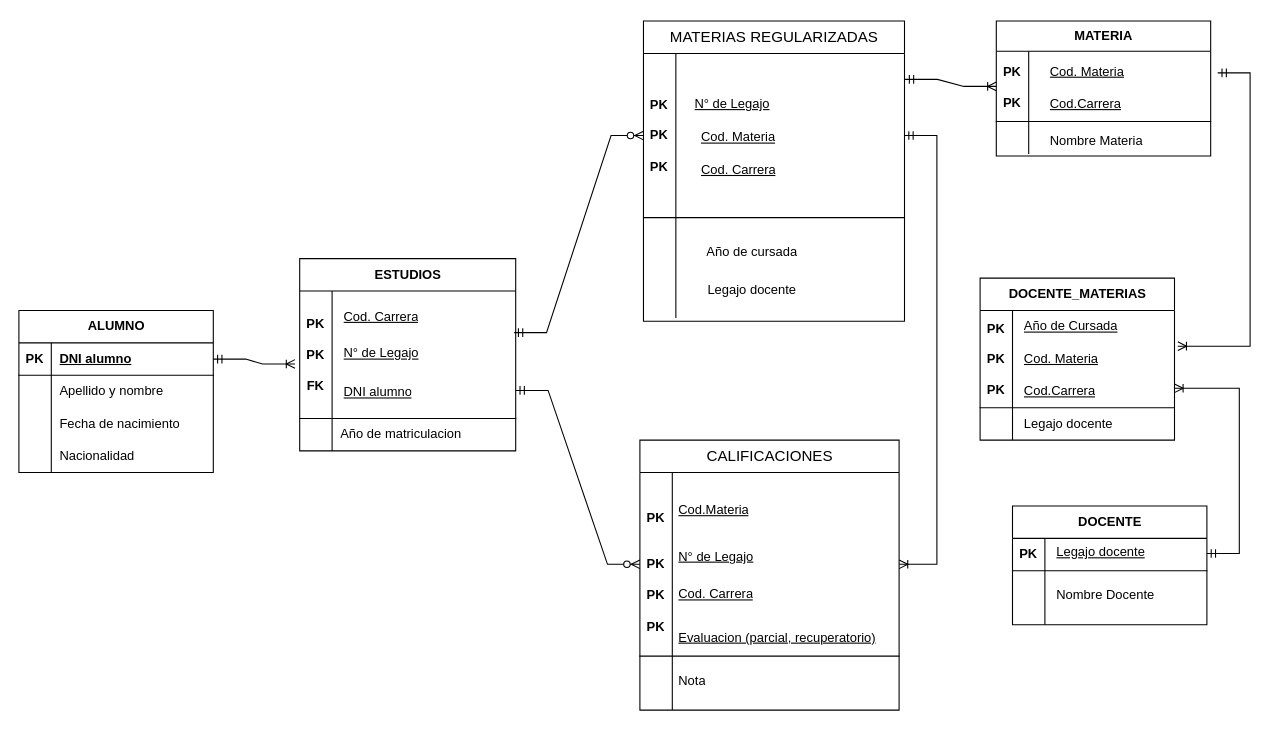
BraVida-vip/House_git keeps this draw.io diagram as page "DER FINAL" (4 of 4) of Parcial.drawio. Above is the earlier version. Source tidied: cells renumbered, new cells numbered last; positions are measured from the earlier drawing's top-left corner, leaving out a move shared by most shapes. Both pictures are drawn from the tidied source at 108%, with x=0, y=0 at pixel (18, 18).
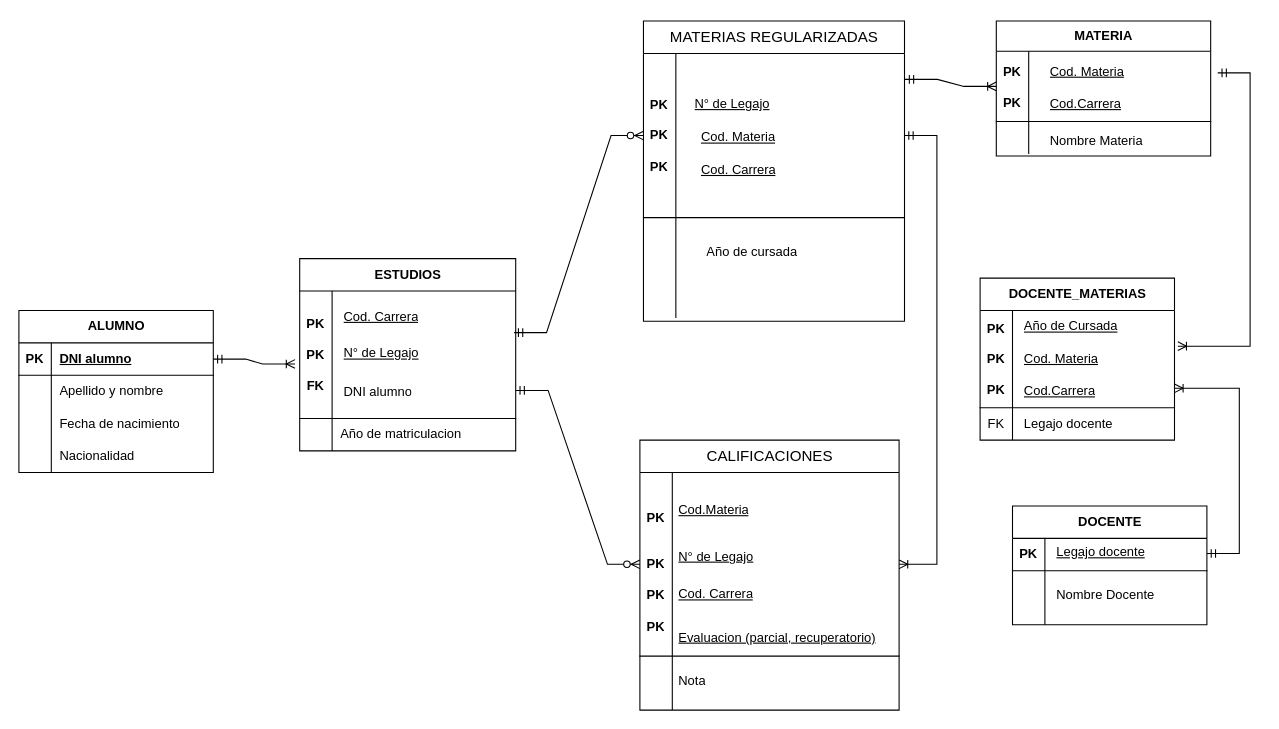
The same diagram, later.

The change refers to these unchanged cells:
```xml
<mxCell id="16" style="group;" parent="15" vertex="1">
  <mxGeometry width="200" height="178" as="geometry" />
</mxCell>
<mxCell id="29" style="group;" parent="1" vertex="1">
  <mxGeometry x="590" y="2" width="230" height="278" as="geometry" />
</mxCell>
<mxCell id="67" style="shape=tableRow;horizontal=0;startSize=0;swimlaneHead=0;swimlaneBody=0;fillColor=none;top=0;left=0;right=0;bottom=0;" parent="63" vertex="1">
  <mxGeometry y="120" width="180" height="30" as="geometry" />
</mxCell>
```

Change to the diagram source:
```diff
@@
-    <mxCell id="26" value="&lt;u&gt;DNI alumno&lt;/u&gt;" style="text;strokeColor=none;fillColor=none;spacingLeft=4;spacingRight=4;overflow=hidden;fontSize=12;whiteSpace=wrap;html=1;" parent="16" vertex="1">
+    <mxCell id="26" value="DNI alumno" style="text;strokeColor=none;fillColor=none;spacingLeft=4;spacingRight=4;overflow=hidden;fontSize=12;whiteSpace=wrap;html=1;" parent="16" vertex="1">
       <mxGeometry x="35" y="110" width="160" height="30" as="geometry" />
     </mxCell>
@@
-    <mxCell id="46" value="Legajo docente" style="text;strokeColor=none;fillColor=none;spacingLeft=4;spacingRight=4;overflow=hidden;fontSize=12;whiteSpace=wrap;html=1;" parent="29" vertex="1">
-      <mxGeometry x="41.8" y="235" width="158.2" height="30" as="geometry" />
-    </mxCell>
@@
-    <mxCell id="68" style="shape=partialRectangle;fillColor=none;top=0;left=0;bottom=0;right=0;overflow=hidden;whiteSpace=wrap;html=1;" parent="67" vertex="1">
+    <mxCell id="68" value="FK" style="shape=partialRectangle;fillColor=none;top=0;left=0;bottom=0;right=0;overflow=hidden;whiteSpace=wrap;html=1;" parent="67" vertex="1">
       <mxGeometry width="30" height="30" as="geometry" />
     </mxCell>
```
